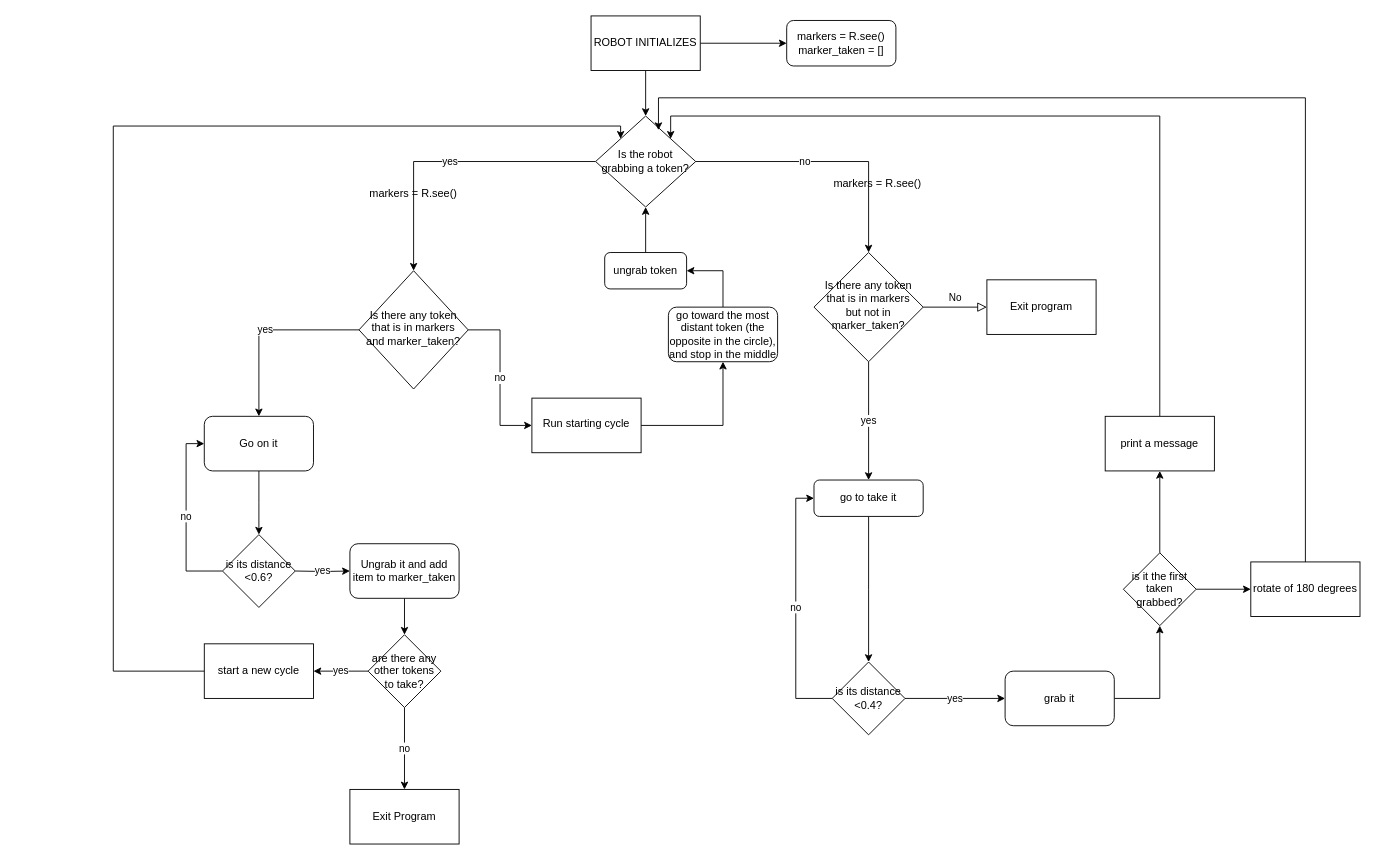
This is assignment1/Flowchart.drawio from leleviola/rt1, a draw.io file, before an edit. Source tidied: cells renumbered, new cells numbered last; positions are measured from the earlier drawing's top-left corner, leaving out a move shared by most shapes. Both pictures are drawn from the tidied source at 91%, with x=0, y=0 at pixel (113, 15).
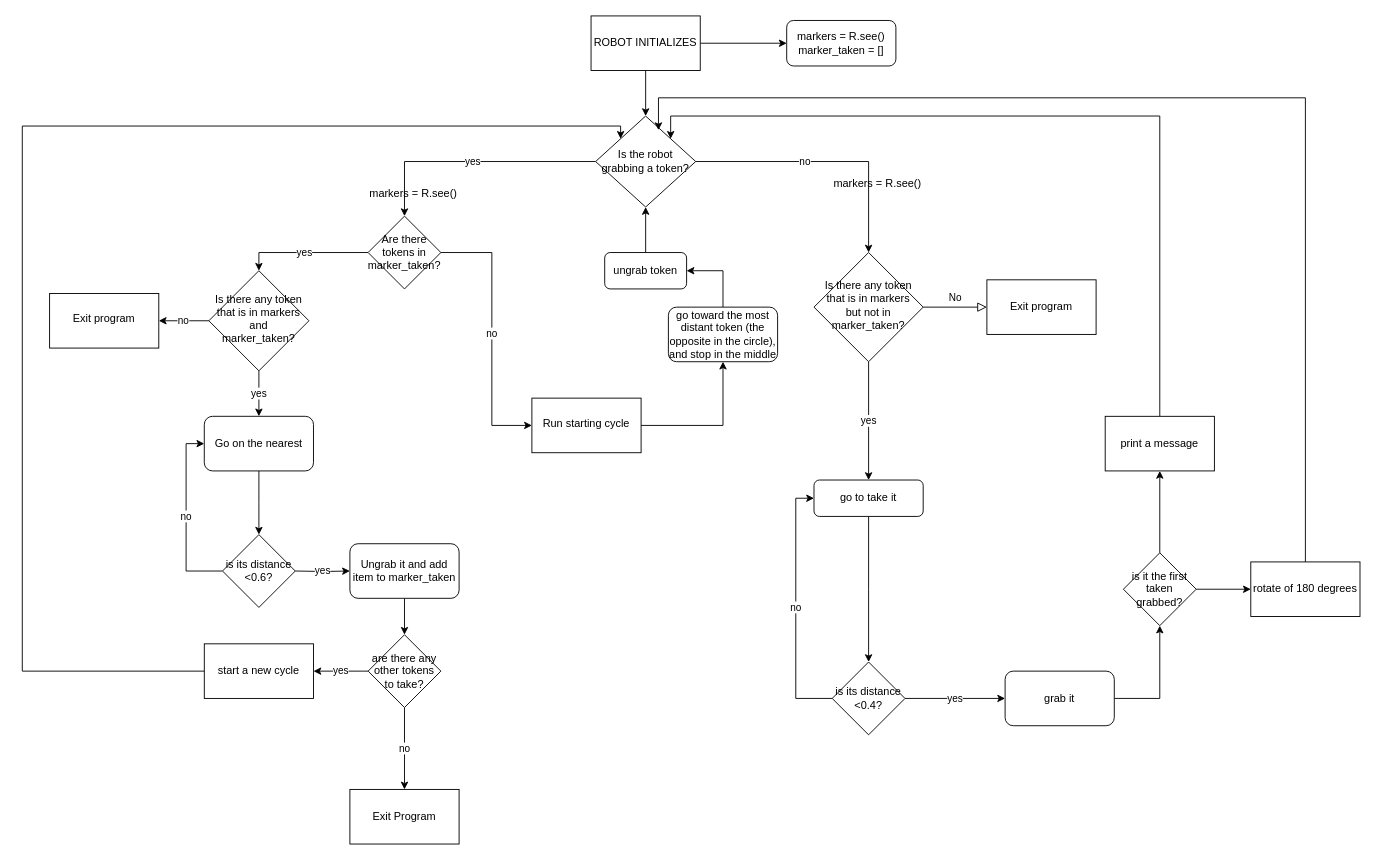
Above is the later version.

The change refers to these unchanged cells:
```xml
<mxCell id="12" value="Is the robot grabbing a token?" style="rhombus;whiteSpace=wrap;html=1;" parent="1" vertex="1">
  <mxGeometry x="530" y="110" width="110" height="100" as="geometry" />
</mxCell>
<mxCell id="18" value="Run starting cycle" style="whiteSpace=wrap;html=1;shadow=0;strokeWidth=1;spacing=6;spacingTop=-4;" parent="1" vertex="1">
  <mxGeometry x="460" y="420" width="120" height="60" as="geometry" />
</mxCell>
<mxCell id="39" value="start a new cycle" style="whiteSpace=wrap;html=1;" parent="1" vertex="1">
  <mxGeometry x="100" y="690" width="120" height="60" as="geometry" />
</mxCell>
```

Change to the diagram source:
```diff
@@
-    <mxCell id="11" value="yes" style="edgeStyle=orthogonalEdgeStyle;rounded=0;jettySize=auto;html=1;" parent="1" edge="1" source="12" target="16">
+    <mxCell id="11" value="yes" style="edgeStyle=orthogonalEdgeStyle;rounded=0;jettySize=auto;html=1;entryX=0.5;entryY=0;entryDx=0;entryDy=0;" parent="1" edge="1" source="12" target="53">
       <mxGeometry relative="1" as="geometry" />
     </mxCell>
@@
-    <mxCell id="14" value="no" style="edgeStyle=orthogonalEdgeStyle;rounded=0;jettySize=auto;html=1;entryX=0;entryY=0.5;entryDx=0;entryDy=0;" parent="1" edge="1" source="16" target="18">
-      <mxGeometry relative="1" as="geometry" />
+    <mxCell id="14" value="no" style="edgeStyle=orthogonalEdgeStyle;rounded=0;jettySize=auto;html=1;entryX=0;entryY=0.5;entryDx=0;entryDy=0;exitX=1;exitY=0.5;exitDx=0;exitDy=0;" parent="1" edge="1" source="53" target="18">
+      <mxGeometry relative="1" as="geometry">
+        <Array as="points">
+          <mxPoint x="416" y="260" />
+          <mxPoint x="416" y="450" />
+        </Array>
+      </mxGeometry>
     </mxCell>
@@
+    <mxCell id="51" value="no" style="edgeStyle=orthogonalEdgeStyle;rounded=0;jettySize=auto;html=1;" parent="1" edge="1" source="16" target="54">
+      <mxGeometry relative="1" as="geometry" />
+    </mxCell>
     <mxCell id="16" value="Is there any token that is in markers and marker_taken?" style="rhombus;whiteSpace=wrap;html=1;shadow=0;strokeWidth=1;spacing=6;spacingTop=-4;" parent="1" vertex="1">
-      <mxGeometry x="270" y="280" width="120" height="130" as="geometry" />
+      <mxGeometry x="105" y="280" width="110" height="110" as="geometry" />
     </mxCell>
@@
-    <mxCell id="20" value="Go on it" style="whiteSpace=wrap;html=1;rounded=1;" parent="1" vertex="1">
+    <mxCell id="20" value="Go on the nearest" style="whiteSpace=wrap;html=1;rounded=1;" parent="1" vertex="1">
       <mxGeometry x="100" y="440" width="120" height="60" as="geometry" />
     </mxCell>
@@
     <mxCell id="40" style="edgeStyle=orthogonalEdgeStyle;rounded=0;jettySize=auto;html=1;entryX=0;entryY=0;entryDx=0;entryDy=0;" parent="1" edge="1" source="39" target="12">
       <mxGeometry relative="1" as="geometry">
         <Array as="points">
-          <mxPoint y="720" />
-          <mxPoint y="121" />
+          <mxPoint x="-100" y="720" />
+          <mxPoint x="-100" y="121" />
           <mxPoint x="558" y="121" />
         </Array>
       </mxGeometry>
     </mxCell>
@@
+    <mxCell id="52" value="yes" style="edgeStyle=orthogonalEdgeStyle;rounded=0;jettySize=auto;html=1;entryX=0.5;entryY=0;entryDx=0;entryDy=0;" parent="1" edge="1" source="53" target="16">
+      <mxGeometry relative="1" as="geometry" />
+    </mxCell>
+    <mxCell id="53" value="Are there tokens in marker_taken?" style="rhombus;whiteSpace=wrap;html=1;" parent="1" vertex="1">
+      <mxGeometry x="280" y="220" width="80" height="80" as="geometry" />
+    </mxCell>
+    <mxCell id="54" value="Exit program" style="whiteSpace=wrap;html=1;shadow=0;strokeWidth=1;spacing=6;spacingTop=-4;" parent="1" vertex="1">
+      <mxGeometry x="-70" y="305" width="120" height="60" as="geometry" />
+    </mxCell>
```
